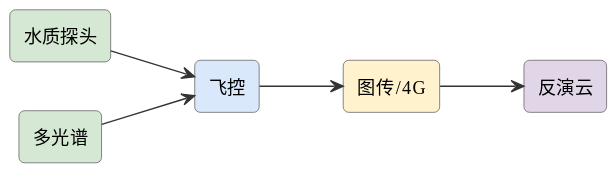
Above: assets/diagrams/ideas-fig38.svg in mingyi0818/IntelligentMcuCourse (PlantUML), before the change.
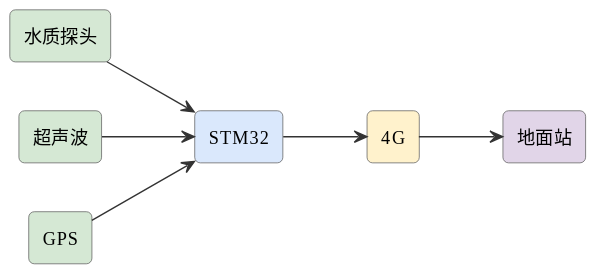
Later version of the same file.

Diff of the diagram source:
```diff
@@ -7,12 +7,14 @@
 skinparam arrowColor #333
 left to right direction
 rectangle "水质探头" as probe #d5e8d4
-rectangle "多光谱" as cam #d5e8d4
-rectangle "飞控" as fc #dae8fc
-rectangle "图传/4G" as link #fff2cc
-rectangle "反演云" as cloud #e1d5e8
-probe --> fc
-cam --> fc
-fc --> link
-link --> cloud
+rectangle "STM32" as stm #dae8fc
+rectangle "超声波" as ult #d5e8d4
+rectangle "GPS" as gps #d5e8d4
+rectangle "4G" as g #fff2cc
+rectangle "地面站" as gs #e1d5e8
+probe --> stm
+ult --> stm
+gps --> stm
+stm --> g
+g --> gs
 @enduml
```
